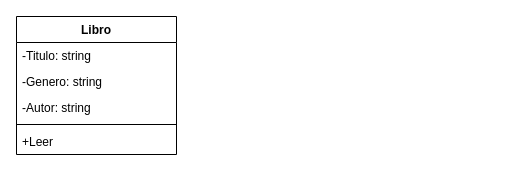
This is diagrama.drawio from sarita202422/DD-de-software_-sarita, a draw.io file, before an edit. Source tidied: cells renumbered, new cells numbered last; positions are measured from the earlier drawing's top-left corner, leaving out a move shared by most shapes. Both pictures are drawn from the tidied source at 100%, with x=0, y=0 at pixel (16, 16).
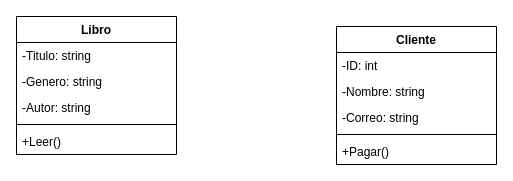
The same diagram, later.

What changed in the source:
```diff
@@
 <mxGraphModel>
   <root>
     <mxCell id="0" />
     <mxCell id="1" parent="0" />
     <mxCell id="2" value="Libro" style="swimlane;fontStyle=1;align=center;verticalAlign=top;horizontal=1;startSize=26;" parent="1" vertex="1">
       <mxGeometry width="160" height="138" as="geometry" />
     </mxCell>
     <mxCell id="3" value="-Titulo: string" style="text;strokeColor=none;fillColor=none;align=left;verticalAlign=top;spacingLeft=4;spacingRight=4;overflow=hidden;" parent="2" vertex="1">
       <mxGeometry y="26" width="160" height="26" as="geometry" />
     </mxCell>
     <mxCell id="4" value="-Genero: string" style="text;strokeColor=none;fillColor=none;align=left;verticalAlign=top;spacingLeft=4;spacingRight=4;overflow=hidden;" parent="2" vertex="1">
       <mxGeometry y="52" width="160" height="26" as="geometry" />
     </mxCell>
     <mxCell id="5" value="-Autor: string" style="text;strokeColor=none;fillColor=none;align=left;verticalAlign=top;spacingLeft=4;spacingRight=4;overflow=hidden;" parent="2" vertex="1">
       <mxGeometry y="78" width="160" height="26" as="geometry" />
     </mxCell>
     <mxCell id="6" style="line;strokeWidth=1;fillColor=none;align=left;verticalAlign=middle;spacingTop=-1;spacingLeft=3;spacingRight=3;labelPosition=right;strokeColor=inherit;" parent="2" vertex="1">
       <mxGeometry y="104" width="160" height="8" as="geometry" />
     </mxCell>
-    <mxCell id="7" value="+Leer" style="text;strokeColor=none;fillColor=none;align=left;verticalAlign=top;spacingLeft=4;spacingRight=4;overflow=hidden;" parent="2" vertex="1">
+    <mxCell id="7" value="+Leer()" style="text;strokeColor=none;fillColor=none;align=left;verticalAlign=top;spacingLeft=4;spacingRight=4;overflow=hidden;" parent="2" vertex="1">
       <mxGeometry y="112" width="160" height="26" as="geometry" />
     </mxCell>
+    <mxCell id="8" value="Cliente" style="swimlane;fontStyle=1;align=center;verticalAlign=top;horizontal=1;startSize=26;" parent="1" vertex="1">
+      <mxGeometry x="320" y="10" width="160" height="138" as="geometry" />
+    </mxCell>
+    <mxCell id="9" value="-ID: int" style="text;strokeColor=none;fillColor=none;align=left;verticalAlign=top;spacingLeft=4;spacingRight=4;overflow=hidden;" parent="8" vertex="1">
+      <mxGeometry y="26" width="160" height="26" as="geometry" />
+    </mxCell>
+    <mxCell id="10" value="-Nombre: string" style="text;strokeColor=none;fillColor=none;align=left;verticalAlign=top;spacingLeft=4;spacingRight=4;overflow=hidden;" parent="8" vertex="1">
+      <mxGeometry y="52" width="160" height="26" as="geometry" />
+    </mxCell>
+    <mxCell id="11" value="-Correo: string" style="text;strokeColor=none;fillColor=none;align=left;verticalAlign=top;spacingLeft=4;spacingRight=4;overflow=hidden;" parent="8" vertex="1">
+      <mxGeometry y="78" width="160" height="26" as="geometry" />
+    </mxCell>
+    <mxCell id="12" style="line;strokeWidth=1;fillColor=none;align=left;verticalAlign=middle;spacingTop=-1;spacingLeft=3;spacingRight=3;labelPosition=right;strokeColor=inherit;" parent="8" vertex="1">
+      <mxGeometry y="104" width="160" height="8" as="geometry" />
+    </mxCell>
+    <mxCell id="13" value="+Pagar()" style="text;strokeColor=none;fillColor=none;align=left;verticalAlign=top;spacingLeft=4;spacingRight=4;overflow=hidden;" parent="8" vertex="1">
+      <mxGeometry y="112" width="160" height="26" as="geometry" />
+    </mxCell>
   </root>
 </mxGraphModel>
```
